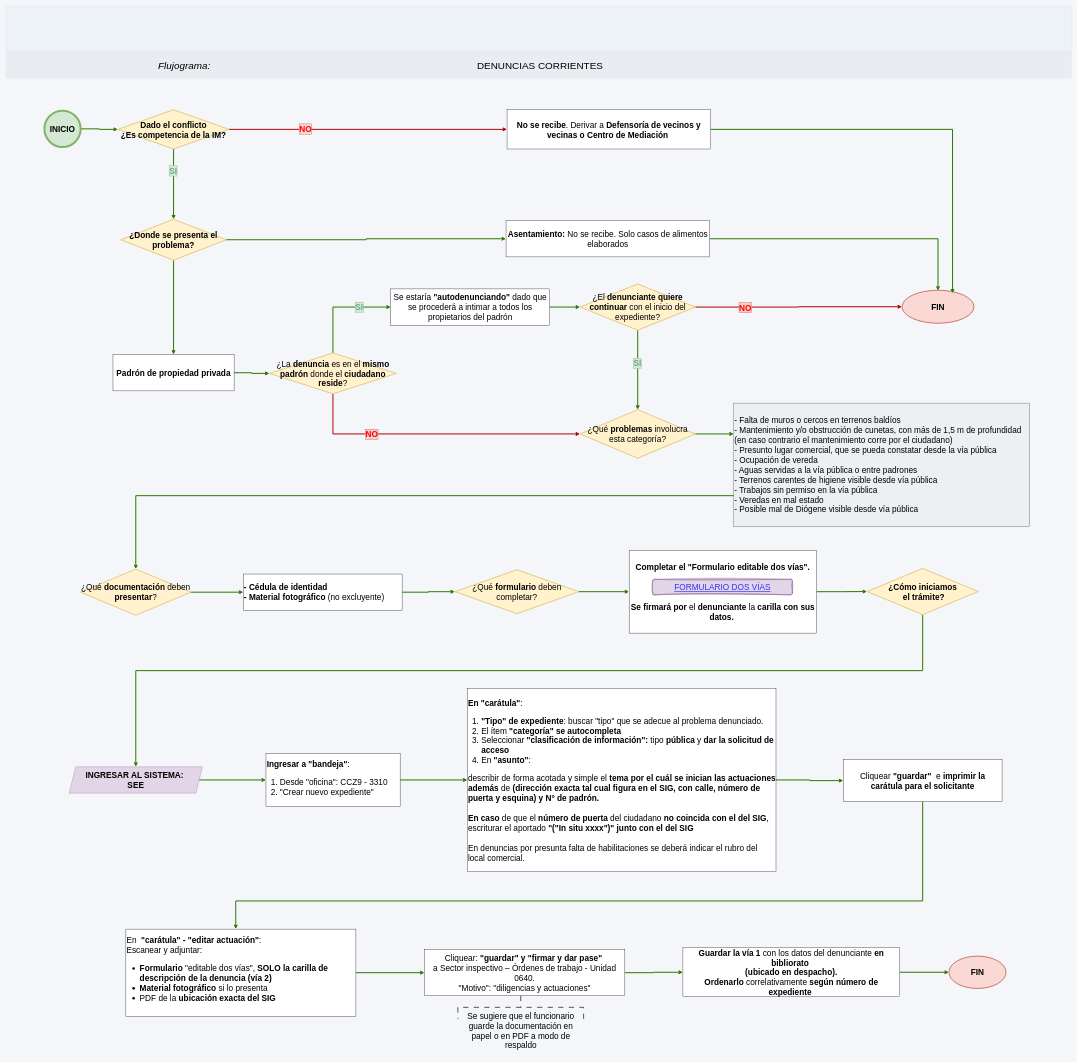
Earlier version of the draw.io diagram DENUNCIAS_corrientes/DENUNCIAS_corrientes.drawio (adlc20/Manual_de_procedimientos_ccz9). Source tidied: cells renumbered, new cells numbered last; positions are measured from the earlier drawing's top-left corner, leaving out a move shared by most shapes. Both pictures are drawn from the tidied source at 33%, with x=0, y=0 at pixel (6, 6).
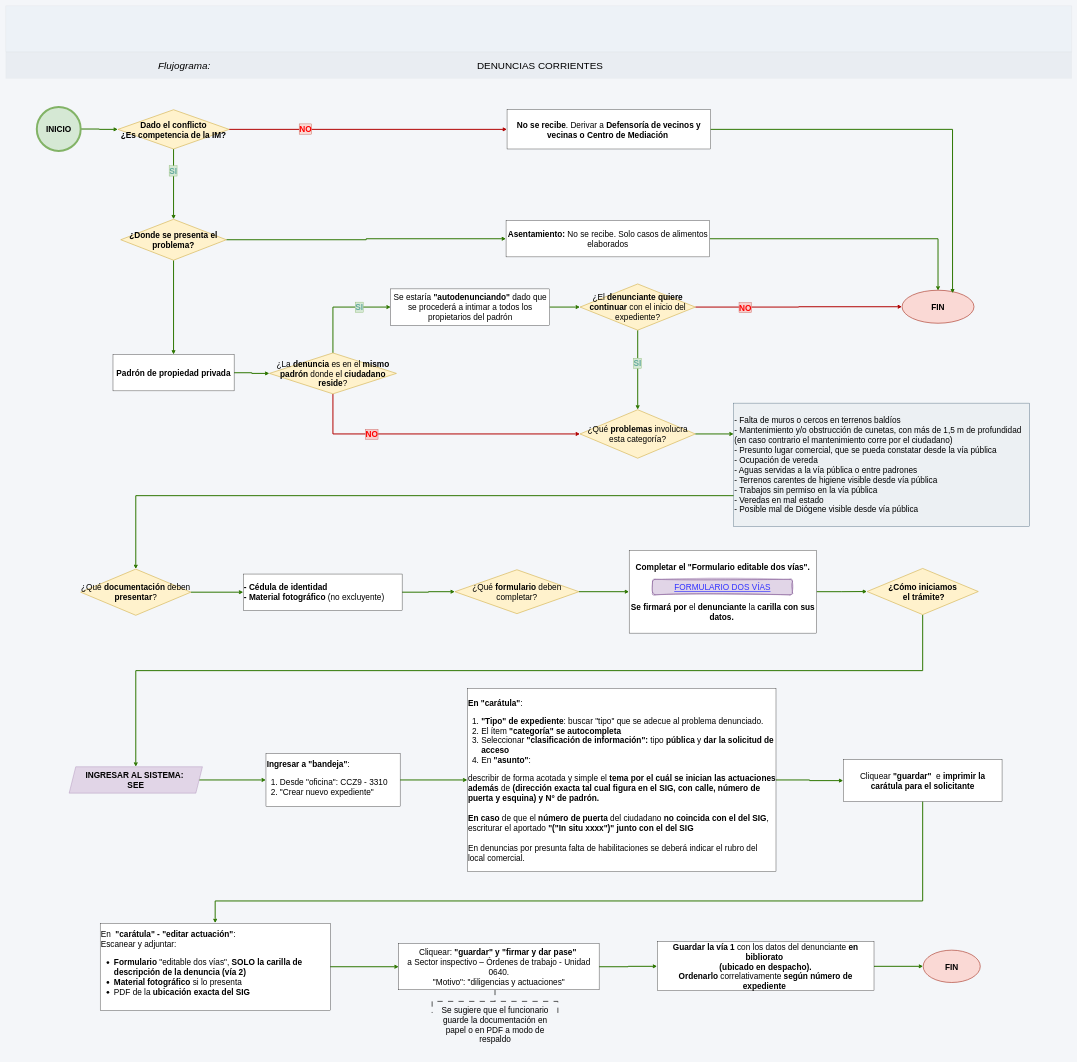
After the change.

The change refers to these unchanged cells:
```xml
<mxCell id="25" value="&lt;font&gt;Cliquear &lt;b&gt;&quot;guardar&quot;&lt;/b&gt;&lt;/font&gt;&lt;b&gt;&amp;nbsp;&lt;/b&gt;&lt;font&gt; e&lt;b&gt; imprimir la carátula para el solicitante&lt;/b&gt;&lt;/font&gt;" style="rounded=0;whiteSpace=wrap;html=1;fontSize=25;" parent="1" vertex="1">
  <mxGeometry x="2538" y="2285" width="481" height="126" as="geometry" />
</mxCell>
```

Change to the diagram source:
```diff
@@
-    <mxCell id="24" style="edgeStyle=orthogonalEdgeStyle;rounded=0;jettySize=auto;html=1;exitX=0.5;exitY=1;exitDx=0;exitDy=0;fillColor=#60a917;strokeColor=#2D7600;strokeWidth=3;" parent="1" edge="1" source="25" target="27">
+    <mxCell id="24" style="edgeStyle=orthogonalEdgeStyle;rounded=0;jettySize=auto;html=1;exitX=0.5;exitY=1;exitDx=0;exitDy=0;fillColor=#60a917;strokeColor=#2D7600;strokeWidth=3;entryX=0.5;entryY=0;entryDx=0;entryDy=0;" parent="1" edge="1" source="25" target="27">
       <mxGeometry relative="1" as="geometry">
         <Array as="points">
           <mxPoint x="2778.6" y="2712.7" />
-          <mxPoint x="696.9" y="2712.7" />
+          <mxPoint x="634.6" y="2712.7" />
         </Array>
       </mxGeometry>
     </mxCell>
@@
     <mxCell id="27" value="&lt;font&gt;En&amp;nbsp;&amp;nbsp;&lt;span style=&quot;background-color: transparent;&quot;&gt;&lt;font style=&quot;color: rgb(0, 0, 0);&quot;&gt;&lt;b&gt;&quot;carátula&quot; - &quot;editar actuación&quot;&lt;/b&gt;&lt;/font&gt;&lt;/span&gt;:&amp;nbsp;&lt;/font&gt;&lt;span style=&quot;background-color: transparent; color: light-dark(rgb(0, 0, 0), rgb(255, 255, 255));&quot;&gt;&amp;nbsp;&lt;/span&gt;&lt;div&gt;&lt;span style=&quot;background-color: transparent; color: light-dark(rgb(0, 0, 0), rgb(255, 255, 255));&quot;&gt;Escanear y adjuntar:&lt;/span&gt;&lt;/div&gt;&lt;div&gt;&lt;ul&gt;&lt;li&gt;&lt;span&gt;&lt;b&gt;Formulario&lt;/b&gt; &quot;editable dos vías&quot;, &lt;b&gt;SOLO la carilla de descripción de la denuncia (vía 2)&lt;/b&gt;&lt;/span&gt;&lt;/li&gt;&lt;li&gt;&lt;span style=&quot;background-color: transparent; color: light-dark(rgb(0, 0, 0), rgb(255, 255, 255));&quot;&gt;&lt;b&gt;Material fotográfico&lt;/b&gt; si lo presenta&lt;/span&gt;&lt;/li&gt;&lt;li&gt;&lt;span&gt;PDF de la&lt;b&gt; ubicación exacta del SIG&lt;/b&gt;&lt;/span&gt;&lt;/li&gt;&lt;/ul&gt;&lt;/div&gt;" style="rounded=0;whiteSpace=wrap;html=1;align=left;fontSize=25;" parent="1" vertex="1">
-      <mxGeometry x="364" y="2798" width="697" height="264" as="geometry" />
+      <mxGeometry x="286" y="2780" width="697" height="264" as="geometry" />
     </mxCell>
@@
     <mxCell id="32" value="&lt;span&gt;Cliquear: &lt;b&gt;&quot;guardar&quot; y &quot;firmar y dar pase&quot;&amp;nbsp;&lt;/b&gt;&lt;/span&gt;&lt;div&gt;&lt;span&gt;a&amp;nbsp;&lt;/span&gt;&lt;span style=&quot;background-color: transparent; color: light-dark(rgb(0, 0, 0), rgb(255, 255, 255));&quot;&gt;Sector inspectivo – Órdenes de trabajo - Unidad 0640.&lt;/span&gt;&lt;/div&gt;&lt;div&gt;&lt;span style=&quot;background-color: transparent; color: light-dark(rgb(0, 0, 0), rgb(255, 255, 255));&quot;&gt;&quot;Motivo&quot;: &quot;diligencias y actuaciones&quot;&lt;/span&gt;&lt;/div&gt;" style="rounded=0;whiteSpace=wrap;html=1;fontSize=25;" parent="1" vertex="1">
-      <mxGeometry x="1269" y="2860" width="607" height="140" as="geometry" />
+      <mxGeometry x="1191" y="2842" width="607" height="140" as="geometry" />
     </mxCell>
@@
     <mxCell id="49" value="&lt;font&gt;&lt;b&gt;FIN&lt;/b&gt;&lt;/font&gt;" style="ellipse;whiteSpace=wrap;html=1;fillColor=#fad9d5;strokeColor=#ae4132;strokeWidth=2;fontSize=25;" parent="1" vertex="1">
-      <mxGeometry x="2858" y="2879.8" width="173" height="98" as="geometry" />
+      <mxGeometry x="2780" y="2861.8" width="173" height="98" as="geometry" />
     </mxCell>
@@
     <mxCell id="59" style="strokeWidth=2;html=1;shape=mxgraph.flowchart.annotation_2;align=left;labelPosition=right;dashed=1;dashPattern=8 8;direction=south;fontSize=25;" parent="1" vertex="1">
-      <mxGeometry x="1370" y="3000" width="381" height="70" as="geometry" />
+      <mxGeometry x="1292" y="2982" width="381" height="70" as="geometry" />
     </mxCell>
     <mxCell id="60" value="&lt;font&gt;Se sugiere que el funcionario guarde la documentación en papel o en PDF a modo de respaldo&lt;/font&gt;" style="text;html=1;whiteSpace=wrap;strokeColor=none;fillColor=none;align=center;verticalAlign=middle;rounded=0;fontSize=25;" parent="1" vertex="1">
-      <mxGeometry x="1380.5" y="3025" width="360" height="160" as="geometry" />
+      <mxGeometry x="1302.5" y="3007" width="360" height="160" as="geometry" />
     </mxCell>
@@
     <mxCell id="66" value="&lt;div&gt;&lt;span style=&quot;background-color: transparent; color: light-dark(rgb(0, 0, 0), rgb(255, 255, 255));&quot;&gt;&lt;b&gt;Guardar la vía 1&lt;/b&gt; con los datos del denunciante&lt;b&gt; en bibliorato&amp;nbsp;&lt;/b&gt;&lt;/span&gt;&lt;/div&gt;&lt;div&gt;&lt;div&gt;&lt;span style=&quot;background-color: transparent; color: light-dark(rgb(0, 0, 0), rgb(255, 255, 255));&quot;&gt;&lt;b&gt;(ubicado en despacho).&lt;/b&gt;&lt;/span&gt;&lt;/div&gt;&lt;div&gt;&lt;span&gt;&lt;b&gt;Ordenarlo&lt;/b&gt; correlativamente&amp;nbsp;&lt;b&gt;según número de expediente&amp;nbsp;&lt;/b&gt;&lt;/span&gt;&lt;/div&gt;&lt;/div&gt;" style="rounded=0;whiteSpace=wrap;html=1;align=center;fontSize=25;" parent="1" vertex="1">
-      <mxGeometry x="2052" y="2854.5" width="657" height="148.5" as="geometry" />
+      <mxGeometry x="1974" y="2836.5" width="657" height="148.5" as="geometry" />
     </mxCell>
     <mxCell id="67" value="&lt;font&gt;&lt;b&gt;INICIO&lt;/b&gt;&lt;/font&gt;" style="ellipse;whiteSpace=wrap;html=1;fillColor=#D5E8D4;strokeColor=#82b366;strokeWidth=6;gradientColor=none;fontSize=25;" parent="1" vertex="1">
-      <mxGeometry x="117" y="318" width="110" height="110" as="geometry" />
+      <mxGeometry x="94" y="307" width="133" height="133" as="geometry" />
     </mxCell>
```
